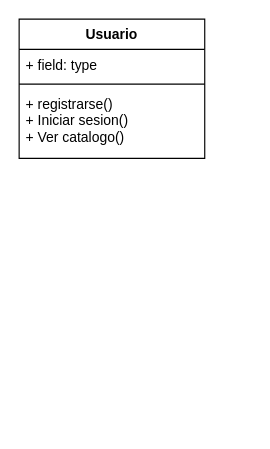
The draw.io diagram lab4.drawio in AyobAsroutVargas/lab1, before the edit. Source tidied: cells renumbered, new cells numbered last; positions are measured from the earlier drawing's top-left corner, leaving out a move shared by most shapes. Both pictures are drawn from the tidied source at 116%, with x=0, y=0 at pixel (19, 19).
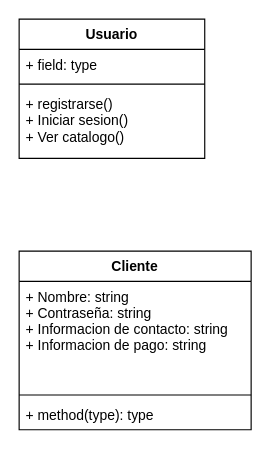
Above is the later version.

The edit, as a diff of the source:
```diff
@@
 <mxGraphModel background="#ffffff">
   <root>
     <mxCell id="0" />
     <mxCell id="1" parent="0" />
     <mxCell id="2" value="Usuario" style="swimlane;fontStyle=1;align=center;verticalAlign=top;horizontal=1;startSize=26;" parent="1" vertex="1">
       <mxGeometry width="160" height="120" as="geometry" />
     </mxCell>
     <mxCell id="3" value="+ field: type" style="text;strokeColor=none;fillColor=none;align=left;verticalAlign=top;spacingLeft=4;spacingRight=4;overflow=hidden;" parent="2" vertex="1">
       <mxGeometry y="26" width="160" height="26" as="geometry" />
     </mxCell>
     <mxCell id="4" style="line;strokeWidth=1;fillColor=none;align=left;verticalAlign=middle;spacingTop=-1;spacingLeft=3;spacingRight=3;labelPosition=right;" parent="2" vertex="1">
       <mxGeometry y="52" width="160" height="8" as="geometry" />
     </mxCell>
     <mxCell id="5" value="+ registrarse()&#10;+ Iniciar sesion()&#10;+ Ver catalogo()" style="text;strokeColor=none;fillColor=none;align=left;verticalAlign=top;spacingLeft=4;spacingRight=4;overflow=hidden;" parent="2" vertex="1">
       <mxGeometry y="60" width="160" height="60" as="geometry" />
     </mxCell>
+    <mxCell id="6" value="Cliente" style="swimlane;fontStyle=1;align=center;verticalAlign=top;horizontal=1;startSize=26;" parent="1" vertex="1">
+      <mxGeometry y="200" width="200" height="154" as="geometry" />
+    </mxCell>
+    <mxCell id="7" value="+ Nombre: string&#10;+ Contraseña: string&#10;+ Informacion de contacto: string&#10;+ Informacion de pago: string&#10;" style="text;strokeColor=none;fillColor=none;align=left;verticalAlign=top;spacingLeft=4;spacingRight=4;overflow=hidden;" parent="6" vertex="1">
+      <mxGeometry y="26" width="200" height="94" as="geometry" />
+    </mxCell>
+    <mxCell id="8" style="line;strokeWidth=1;fillColor=none;align=left;verticalAlign=middle;spacingTop=-1;spacingLeft=3;spacingRight=3;labelPosition=right;" parent="6" vertex="1">
+      <mxGeometry y="120" width="200" height="8" as="geometry" />
+    </mxCell>
+    <mxCell id="9" value="+ method(type): type" style="text;strokeColor=none;fillColor=none;align=left;verticalAlign=top;spacingLeft=4;spacingRight=4;overflow=hidden;" parent="6" vertex="1">
+      <mxGeometry y="128" width="200" height="26" as="geometry" />
+    </mxCell>
   </root>
 </mxGraphModel>
```
